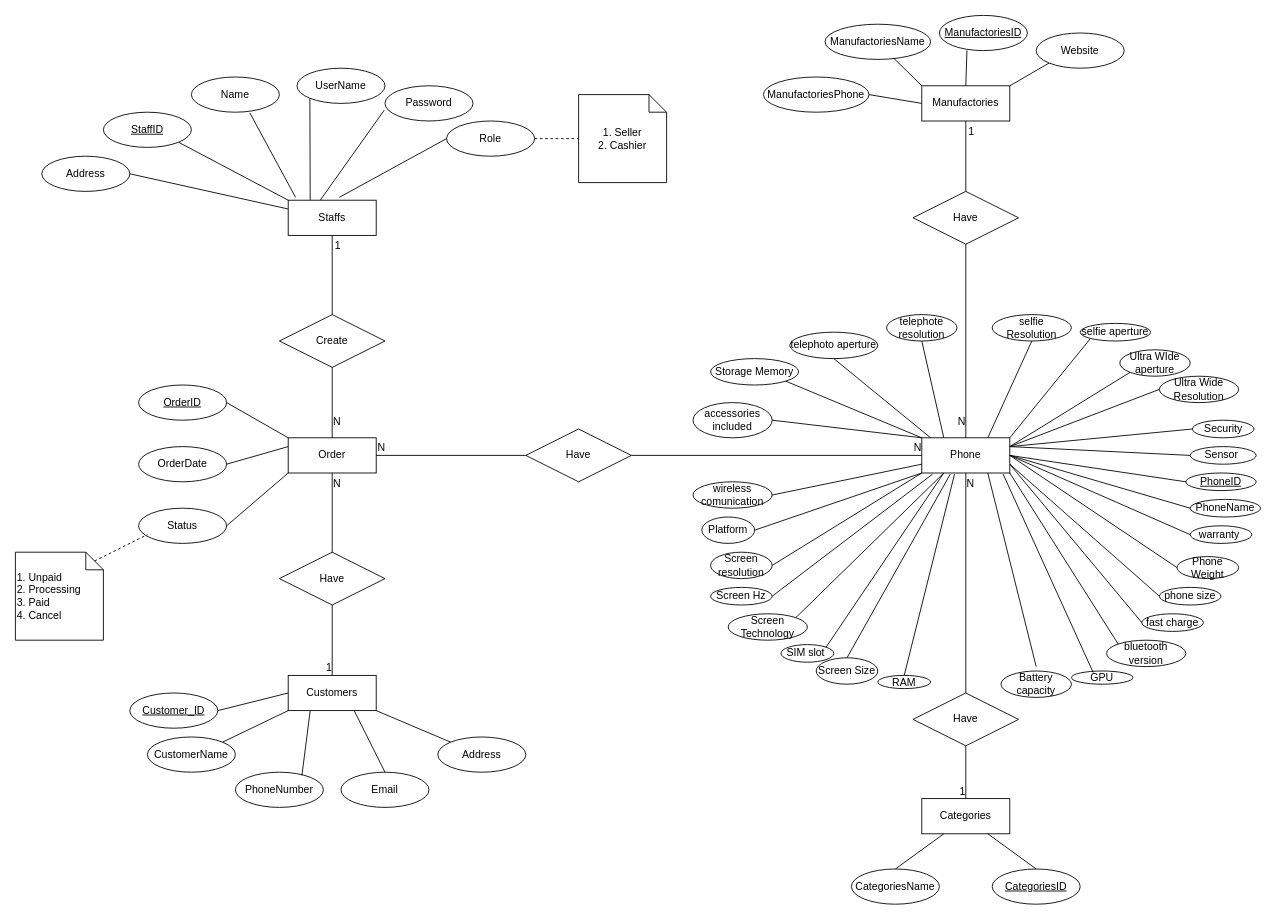
The draw.io diagram page "ERD Concept" (3 of 5) of Phonestore.drawio in anhdat2001d/Project-1, before the edit. Source tidied: cells renumbered, new cells numbered last; positions are measured from the earlier drawing's top-left corner, leaving out a move shared by most shapes. Both pictures are drawn from the tidied source at 88%, with x=0, y=0 at pixel (15, 15).
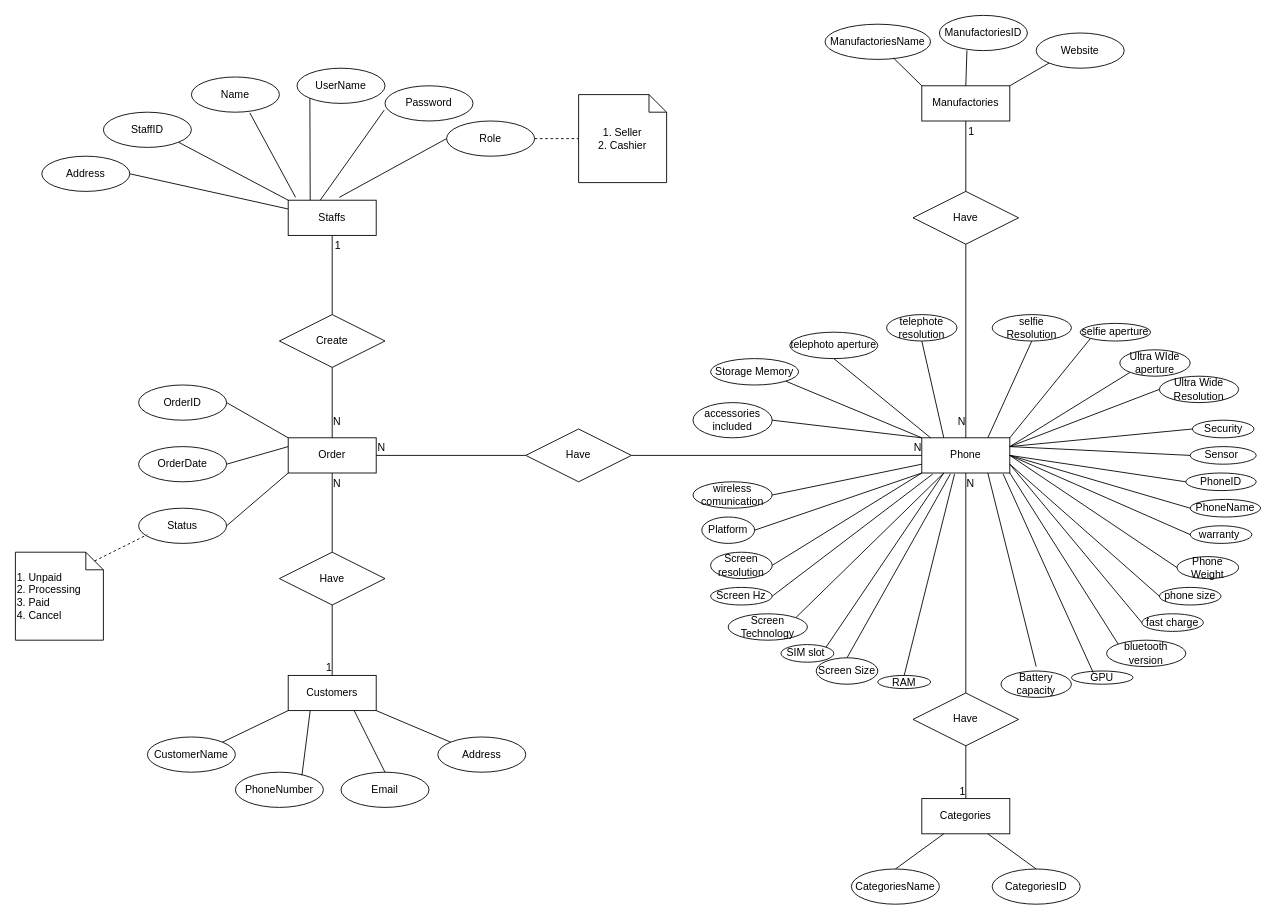
Above is the later version.

The change refers to these unchanged cells:
```xml
<mxCell id="2" value="Customers" style="whiteSpace=wrap;html=1;align=center;" parent="1" vertex="1">
  <mxGeometry x="310" y="750" width="100" height="40" as="geometry" />
</mxCell>
<mxCell id="5" value="Manufactories" style="whiteSpace=wrap;html=1;align=center;" parent="1" vertex="1">
  <mxGeometry x="1030" y="80" width="100" height="40" as="geometry" />
</mxCell>
```

Diff of the diagram source:
```diff
@@
-    <mxCell id="12" value="StaffID" style="ellipse;whiteSpace=wrap;html=1;align=center;fontStyle=4;" parent="1" vertex="1">
+    <mxCell id="12" value="StaffID" style="ellipse;whiteSpace=wrap;html=1;align=center;" parent="1" vertex="1">
       <mxGeometry x="100" y="110" width="100" height="40" as="geometry" />
     </mxCell>
@@
-    <mxCell id="20" value="CategoriesID" style="ellipse;whiteSpace=wrap;html=1;align=center;fontStyle=4;" parent="1" vertex="1">
+    <mxCell id="20" value="CategoriesID" style="ellipse;whiteSpace=wrap;html=1;align=center;" parent="1" vertex="1">
       <mxGeometry x="1110" y="970" width="100" height="40" as="geometry" />
     </mxCell>
@@
-    <mxCell id="22" value="ManufactoriesID" style="ellipse;whiteSpace=wrap;html=1;align=center;fontStyle=4;" parent="1" vertex="1">
+    <mxCell id="22" value="ManufactoriesID" style="ellipse;whiteSpace=wrap;html=1;align=center;" parent="1" vertex="1">
       <mxGeometry x="1050" width="100" height="40" as="geometry" />
     </mxCell>
@@
-    <mxCell id="24" value="PhoneID" style="ellipse;whiteSpace=wrap;html=1;align=center;fontStyle=4;" parent="1" vertex="1">
+    <mxCell id="24" value="PhoneID" style="ellipse;whiteSpace=wrap;html=1;align=center;" parent="1" vertex="1">
       <mxGeometry x="1330" y="520" width="80" height="20" as="geometry" />
     </mxCell>
@@
-    <mxCell id="51" value="OrderID" style="ellipse;whiteSpace=wrap;html=1;align=center;fontStyle=4;" parent="1" vertex="1">
+    <mxCell id="51" value="OrderID" style="ellipse;whiteSpace=wrap;html=1;align=center;" parent="1" vertex="1">
       <mxGeometry x="140" y="420" width="100" height="40" as="geometry" />
     </mxCell>
@@
-    <mxCell id="128" value="&lt;u&gt;Customer_ID&lt;/u&gt;" style="ellipse;whiteSpace=wrap;html=1;align=center;" parent="1" vertex="1">
-      <mxGeometry x="130" y="770" width="100" height="40" as="geometry" />
-    </mxCell>
-    <mxCell id="129" style="endArrow=none;html=1;rounded=0;entryX=0;entryY=0.5;entryDx=0;entryDy=0;exitX=1;exitY=0.5;exitDx=0;exitDy=0;" parent="1" edge="1" source="128" target="2">
-      <mxGeometry relative="1" as="geometry" />
-    </mxCell>
-    <mxCell id="130" value="ManufactoriesPhone" style="ellipse;whiteSpace=wrap;html=1;align=center;" parent="1" vertex="1">
-      <mxGeometry x="850" y="70" width="120" height="40" as="geometry" />
-    </mxCell>
-    <mxCell id="131" style="endArrow=none;html=1;rounded=0;entryX=1;entryY=0.5;entryDx=0;entryDy=0;exitX=0;exitY=0.5;exitDx=0;exitDy=0;" parent="1" edge="1" source="5" target="130">
-      <mxGeometry relative="1" as="geometry" />
-    </mxCell>
```
